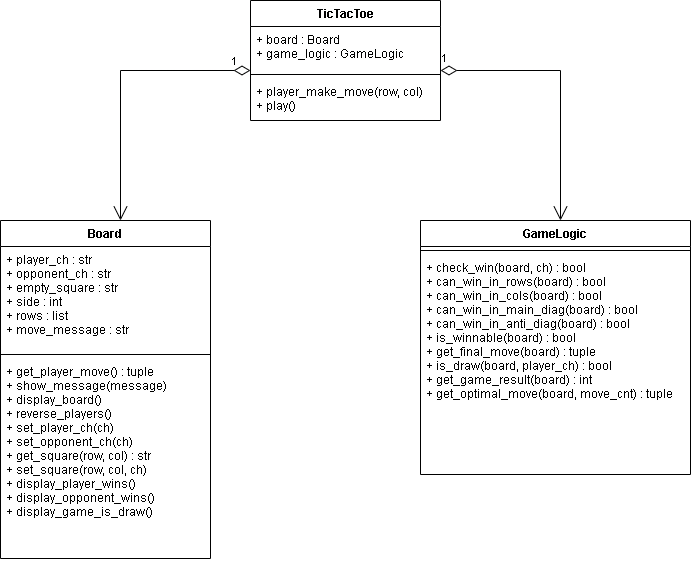
Above: Doc/TicTacToe_Class_Diagram.png in dimitarnn/PythonTicTacToe (draw.io), before the change. Source tidied: cells renumbered, new cells last; positions are measured from the earlier drawing's top-left corner, leaving out a move shared by most shapes. Its diagram source:
```xml
<mxGraphModel background="#FFFFFF">
  <root>
    <mxCell id="0" />
    <mxCell id="1" parent="0" />
    <mxCell id="2" value="Board" style="swimlane;fontStyle=1;align=center;verticalAlign=top;horizontal=1;startSize=26;" parent="1" vertex="1">
      <mxGeometry y="220" width="210" height="338" as="geometry" />
    </mxCell>
    <mxCell id="3" value="+ player_ch : str&#10;+ opponent_ch : str&#10;+ empty_square : str&#10;+ side : int&#10;+ rows : list&#10;+ move_message : str" style="text;strokeColor=none;fillColor=none;align=left;verticalAlign=top;spacingLeft=4;spacingRight=4;overflow=hidden;" parent="2" vertex="1">
      <mxGeometry y="26" width="210" height="104" as="geometry" />
    </mxCell>
    <mxCell id="4" style="line;strokeWidth=1;fillColor=none;align=left;verticalAlign=middle;spacingTop=-1;spacingLeft=3;spacingRight=3;labelPosition=right;" parent="2" vertex="1">
      <mxGeometry y="130" width="210" height="8" as="geometry" />
    </mxCell>
    <mxCell id="5" value="+ get_player_move() : tuple&#10;+ show_message(message)&#10;+ display_board()&#10;+ reverse_players()&#10;+ set_player_ch(ch)&#10;+ set_opponent_ch(ch)&#10;+ get_square(row, col) : str&#10;+ set_square(row, col, ch)&#10;+ display_player_wins()&#10;+ display_opponent_wins()&#10;+ display_game_is_draw()" style="text;strokeColor=none;fillColor=none;align=left;verticalAlign=top;spacingLeft=4;spacingRight=4;overflow=hidden;" parent="2" vertex="1">
      <mxGeometry y="138" width="210" height="200" as="geometry" />
    </mxCell>
    <mxCell id="6" value="GameLogic" style="swimlane;fontStyle=1;align=center;verticalAlign=top;horizontal=1;startSize=26;" parent="1" vertex="1">
      <mxGeometry x="420" y="220" width="270" height="254" as="geometry" />
    </mxCell>
    <mxCell id="7" style="line;strokeWidth=1;fillColor=none;align=left;verticalAlign=middle;spacingTop=-1;spacingLeft=3;spacingRight=3;labelPosition=right;" parent="6" vertex="1">
      <mxGeometry y="26" width="270" height="8" as="geometry" />
    </mxCell>
    <mxCell id="8" value="+ check_win(board, ch) : bool&#10;+ can_win_in_rows(board) : bool&#10;+ can_win_in_cols(board) : bool&#10;+ can_win_in_main_diag(board) : bool&#10;+ can_win_in_anti_diag(board) : bool&#10;+ is_winnable(board) : bool&#10;+ get_final_move(board) : tuple&#10;+ is_draw(board, player_ch) : bool&#10;+ get_game_result(board) : int&#10;+ get_optimal_move(board, move_cnt) : tuple" style="text;strokeColor=none;fillColor=none;align=left;verticalAlign=top;spacingLeft=4;spacingRight=4;overflow=hidden;" parent="6" vertex="1">
      <mxGeometry y="34" width="270" height="220" as="geometry" />
    </mxCell>
    <mxCell id="9" value="TicTacToe" style="swimlane;fontStyle=1;align=center;verticalAlign=top;horizontal=1;startSize=26;" parent="1" vertex="1">
      <mxGeometry x="250" width="190" height="120" as="geometry" />
    </mxCell>
    <mxCell id="10" value="+ board : Board&#10;+ game_logic : GameLogic" style="text;strokeColor=none;fillColor=none;align=left;verticalAlign=top;spacingLeft=4;spacingRight=4;overflow=hidden;" parent="9" vertex="1">
      <mxGeometry y="26" width="190" height="44" as="geometry" />
    </mxCell>
    <mxCell id="11" style="line;strokeWidth=1;fillColor=none;align=left;verticalAlign=middle;spacingTop=-1;spacingLeft=3;spacingRight=3;labelPosition=right;" parent="9" vertex="1">
      <mxGeometry y="70" width="190" height="8" as="geometry" />
    </mxCell>
    <mxCell id="12" value="+ player_make_move(row, col)&#10;+ play()" style="text;strokeColor=none;fillColor=none;align=left;verticalAlign=top;spacingLeft=4;spacingRight=4;overflow=hidden;" parent="9" vertex="1">
      <mxGeometry y="78" width="190" height="42" as="geometry" />
    </mxCell>
    <mxCell id="13" value="1" style="endArrow=open;html=1;endSize=12;startArrow=diamondThin;startSize=14;startFill=0;edgeStyle=orthogonalEdgeStyle;align=left;verticalAlign=bottom;rounded=0;" parent="1" edge="1">
      <mxGeometry x="-0.86" relative="1" as="geometry">
        <mxPoint x="250" y="70" as="sourcePoint" />
        <mxPoint x="120" y="220" as="targetPoint" />
        <Array as="points">
          <mxPoint x="120" y="70" />
        </Array>
      </mxGeometry>
    </mxCell>
    <mxCell id="14" value="1" style="endArrow=open;html=1;endSize=12;startArrow=diamondThin;startSize=14;startFill=0;edgeStyle=orthogonalEdgeStyle;align=left;verticalAlign=bottom;rounded=0;" parent="1" edge="1">
      <mxGeometry x="-1" y="3" relative="1" as="geometry">
        <mxPoint x="440" y="70" as="sourcePoint" />
        <mxPoint x="560" y="220" as="targetPoint" />
      </mxGeometry>
    </mxCell>
  </root>
</mxGraphModel>
```
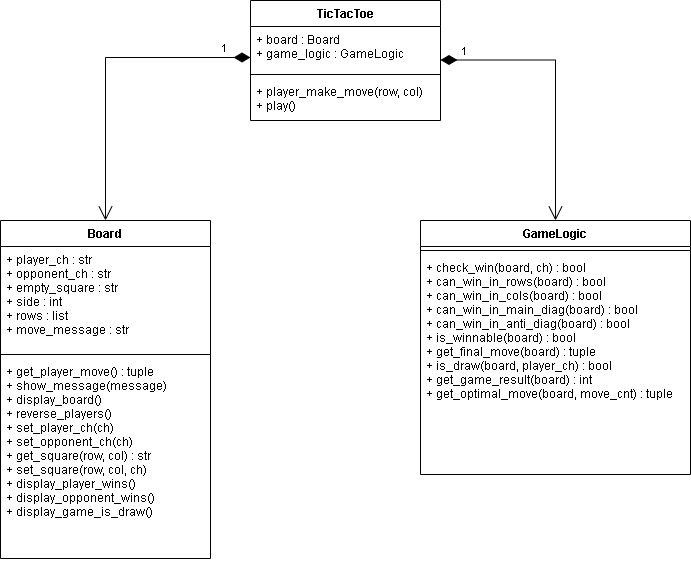
Above is the later version.

Diff of the diagram source:
```diff
@@ -35,20 +35,20 @@
     <mxCell id="12" value="+ player_make_move(row, col)&#10;+ play()" style="text;strokeColor=none;fillColor=none;align=left;verticalAlign=top;spacingLeft=4;spacingRight=4;overflow=hidden;" parent="9" vertex="1">
       <mxGeometry y="78" width="190" height="42" as="geometry" />
     </mxCell>
-    <mxCell id="13" value="1" style="endArrow=open;html=1;endSize=12;startArrow=diamondThin;startSize=14;startFill=0;edgeStyle=orthogonalEdgeStyle;align=left;verticalAlign=bottom;rounded=0;" parent="1" edge="1">
-      <mxGeometry x="-0.86" relative="1" as="geometry">
-        <mxPoint x="250" y="70" as="sourcePoint" />
-        <mxPoint x="120" y="220" as="targetPoint" />
-        <Array as="points">
-          <mxPoint x="120" y="70" />
-        </Array>
-      </mxGeometry>
-    </mxCell>
-    <mxCell id="14" value="1" style="endArrow=open;html=1;endSize=12;startArrow=diamondThin;startSize=14;startFill=0;edgeStyle=orthogonalEdgeStyle;align=left;verticalAlign=bottom;rounded=0;" parent="1" edge="1">
-      <mxGeometry x="-1" y="3" relative="1" as="geometry">
-        <mxPoint x="440" y="70" as="sourcePoint" />
-        <mxPoint x="560" y="220" as="targetPoint" />
-      </mxGeometry>
-    </mxCell>
+    <mxCell id="15" value="1" style="endArrow=open;html=1;endSize=12;startArrow=diamondThin;startSize=14;startFill=1;edgeStyle=orthogonalEdgeStyle;align=left;verticalAlign=bottom;rounded=0;entryX=0.5;entryY=0;entryDx=0;entryDy=0;" parent="1" edge="1">
+      <mxGeometry x="-0.81" relative="1" as="geometry">
+        <mxPoint x="250" y="57" as="sourcePoint" />
+        <mxPoint x="105" y="220" as="targetPoint" />
+      </mxGeometry>
+    </mxCell>
+    <mxCell id="16" value="1" style="endArrow=open;html=1;endSize=12;startArrow=diamondThin;startSize=14;startFill=1;edgeStyle=orthogonalEdgeStyle;align=left;verticalAlign=bottom;rounded=0;entryX=0.5;entryY=0;entryDx=0;entryDy=0;" parent="1" edge="1">
+      <mxGeometry x="-0.85" relative="1" as="geometry">
+        <mxPoint x="440" y="59.5" as="sourcePoint" />
+        <mxPoint x="555" y="220" as="targetPoint" />
+        <Array as="points">
+          <mxPoint x="555" y="60" />
+        </Array>
+      </mxGeometry>
+    </mxCell>
   </root>
 </mxGraphModel>
```
